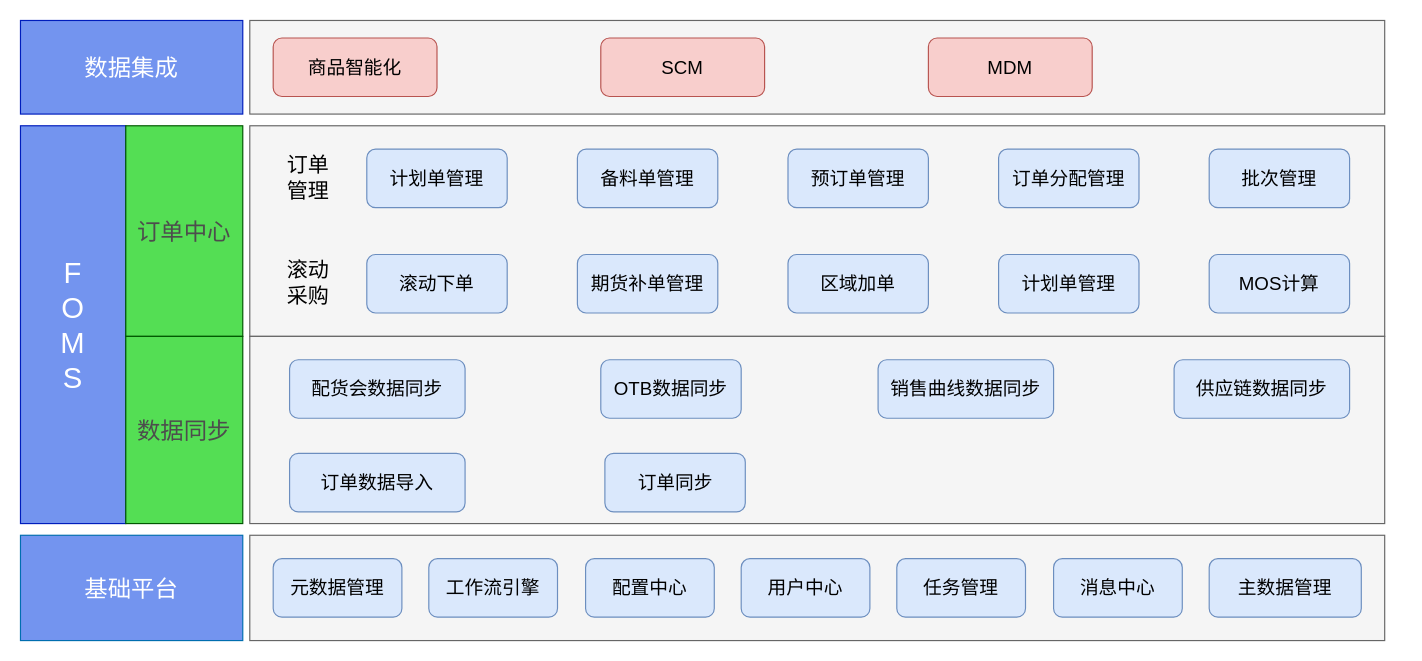
Above: FOMS模块说明.drawio in tianyaxiangdong/drawio (draw.io), before the change. Source tidied: cells renumbered, new cells numbered last; positions are measured from the earlier drawing's top-left corner, leaving out a move shared by most shapes. Both pictures are drawn from the tidied source at 117%, with x=0, y=0 at pixel (20, 20).
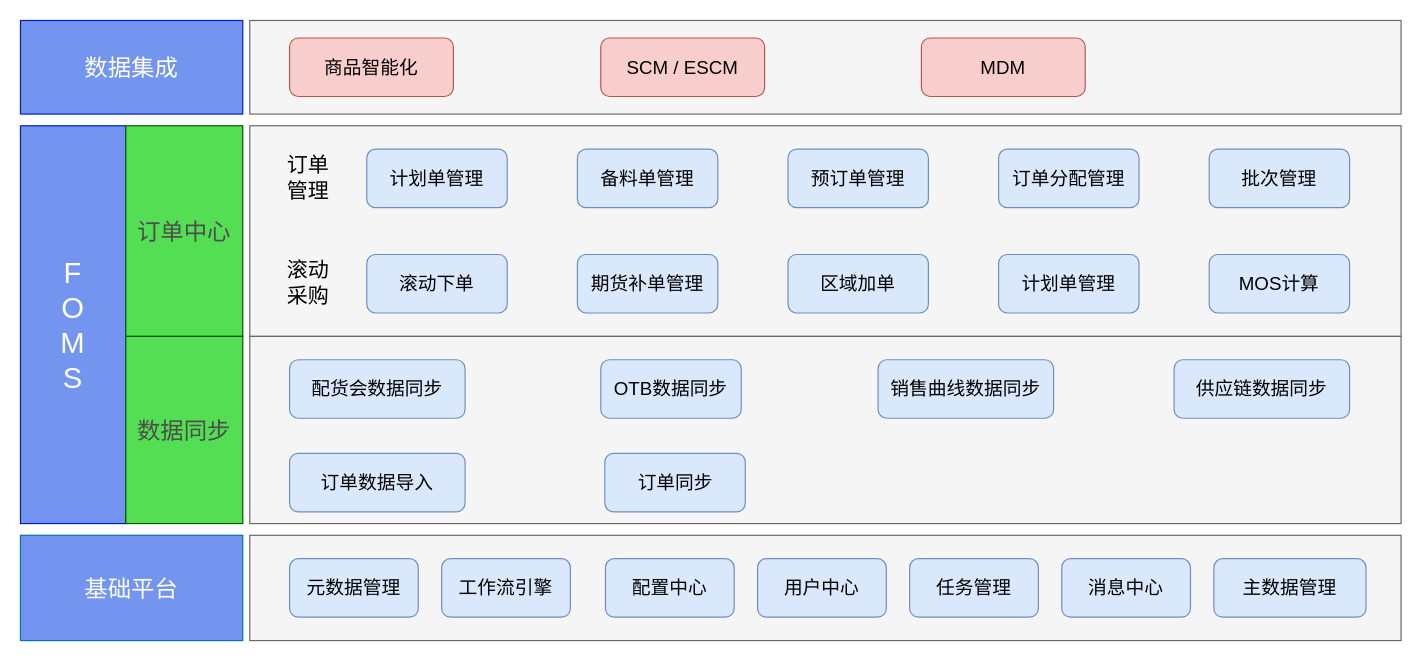
Above is the later version.

Commit message:
更新FOMS模块说明.drawio

The edit, as a diff of the source:
```diff
@@
     <mxCell id="2" style="rounded=0;whiteSpace=wrap;html=1;fontSize=20;fillColor=#f5f5f5;fontColor=#333333;strokeColor=#666666;" parent="1" vertex="1">
-      <mxGeometry x="196" y="440" width="970" height="90" as="geometry" />
+      <mxGeometry x="196" y="440" width="984" height="90" as="geometry" />
     </mxCell>
@@
     <mxCell id="5" style="rounded=0;whiteSpace=wrap;html=1;fontSize=20;fillColor=#f5f5f5;fontColor=#333333;strokeColor=#666666;" parent="1" vertex="1">
-      <mxGeometry x="196" width="970" height="80" as="geometry" />
+      <mxGeometry x="196" width="984" height="80" as="geometry" />
     </mxCell>
     <mxCell id="6" value="商品智能化" style="rounded=1;whiteSpace=wrap;html=1;fontSize=16;fillColor=#f8cecc;strokeColor=#b85450;" parent="1" vertex="1">
-      <mxGeometry x="216" y="15" width="140" height="50" as="geometry" />
+      <mxGeometry x="230" y="15" width="140" height="50" as="geometry" />
     </mxCell>
-    <mxCell id="7" value="SCM" style="rounded=1;whiteSpace=wrap;html=1;fontSize=16;fillColor=#f8cecc;strokeColor=#b85450;" parent="1" vertex="1">
+    <mxCell id="7" value="SCM / ESCM" style="rounded=1;whiteSpace=wrap;html=1;fontSize=16;fillColor=#f8cecc;strokeColor=#b85450;" parent="1" vertex="1">
       <mxGeometry x="496" y="15" width="140" height="50" as="geometry" />
     </mxCell>
     <mxCell id="8" value="MDM" style="rounded=1;whiteSpace=wrap;html=1;fontSize=16;fillColor=#f8cecc;strokeColor=#b85450;" parent="1" vertex="1">
-      <mxGeometry x="776" y="15" width="140" height="50" as="geometry" />
+      <mxGeometry x="770" y="15" width="140" height="50" as="geometry" />
     </mxCell>
     <mxCell id="9" value="元数据管理" style="rounded=1;whiteSpace=wrap;html=1;fontSize=16;fillColor=#dae8fc;strokeColor=#6c8ebf;flipH=1;" parent="1" vertex="1">
-      <mxGeometry x="216" y="460" width="110" height="50" as="geometry" />
+      <mxGeometry x="230" y="460" width="110" height="50" as="geometry" />
     </mxCell>
     <mxCell id="10" value="工作流引擎" style="rounded=1;whiteSpace=wrap;html=1;fontSize=16;fillColor=#dae8fc;strokeColor=#6c8ebf;flipH=1;" parent="1" vertex="1">
-      <mxGeometry x="349" y="460" width="110" height="50" as="geometry" />
+      <mxGeometry x="360" y="460" width="110" height="50" as="geometry" />
     </mxCell>
     <mxCell id="11" value="配置中心" style="rounded=1;whiteSpace=wrap;html=1;fontSize=16;fillColor=#dae8fc;strokeColor=#6c8ebf;flipH=1;" parent="1" vertex="1">
-      <mxGeometry x="483" y="460" width="110" height="50" as="geometry" />
+      <mxGeometry x="500" y="460" width="110" height="50" as="geometry" />
     </mxCell>
     <mxCell id="12" value="用户中心" style="rounded=1;whiteSpace=wrap;html=1;fontSize=16;fillColor=#dae8fc;strokeColor=#6c8ebf;flipH=1;" parent="1" vertex="1">
-      <mxGeometry x="616" y="460" width="110" height="50" as="geometry" />
+      <mxGeometry x="630" y="460" width="110" height="50" as="geometry" />
     </mxCell>
     <mxCell id="13" value="主数据管理" style="rounded=1;whiteSpace=wrap;html=1;fontSize=16;fillColor=#dae8fc;strokeColor=#6c8ebf;flipH=1;" parent="1" vertex="1">
-      <mxGeometry x="1016" y="460" width="130" height="50" as="geometry" />
+      <mxGeometry x="1020" y="460" width="130" height="50" as="geometry" />
     </mxCell>
     <mxCell id="14" value="任务管理" style="rounded=1;whiteSpace=wrap;html=1;fontSize=16;fillColor=#dae8fc;strokeColor=#6c8ebf;flipH=1;" parent="1" vertex="1">
-      <mxGeometry x="749" y="460" width="110" height="50" as="geometry" />
+      <mxGeometry x="760" y="460" width="110" height="50" as="geometry" />
     </mxCell>
@@
     <mxCell id="17" style="rounded=0;whiteSpace=wrap;html=1;fontSize=20;fillColor=#f5f5f5;fontColor=#333333;strokeColor=#666666;" parent="1" vertex="1">
-      <mxGeometry x="196" y="90" width="970" height="180" as="geometry" />
+      <mxGeometry x="196" y="90" width="984" height="180" as="geometry" />
     </mxCell>
     <mxCell id="18" style="rounded=0;whiteSpace=wrap;html=1;fontSize=20;fillColor=#f5f5f5;fontColor=#333333;strokeColor=#666666;" parent="1" vertex="1">
-      <mxGeometry x="196" y="270" width="970" height="160" as="geometry" />
+      <mxGeometry x="196" y="270" width="984" height="160" as="geometry" />
     </mxCell>
@@
     <mxCell id="38" value="消息中心" style="rounded=1;whiteSpace=wrap;html=1;fontSize=16;fillColor=#dae8fc;strokeColor=#6c8ebf;flipH=1;" parent="1" vertex="1">
-      <mxGeometry x="883" y="460" width="110" height="50" as="geometry" />
+      <mxGeometry x="890" y="460" width="110" height="50" as="geometry" />
     </mxCell>
```
